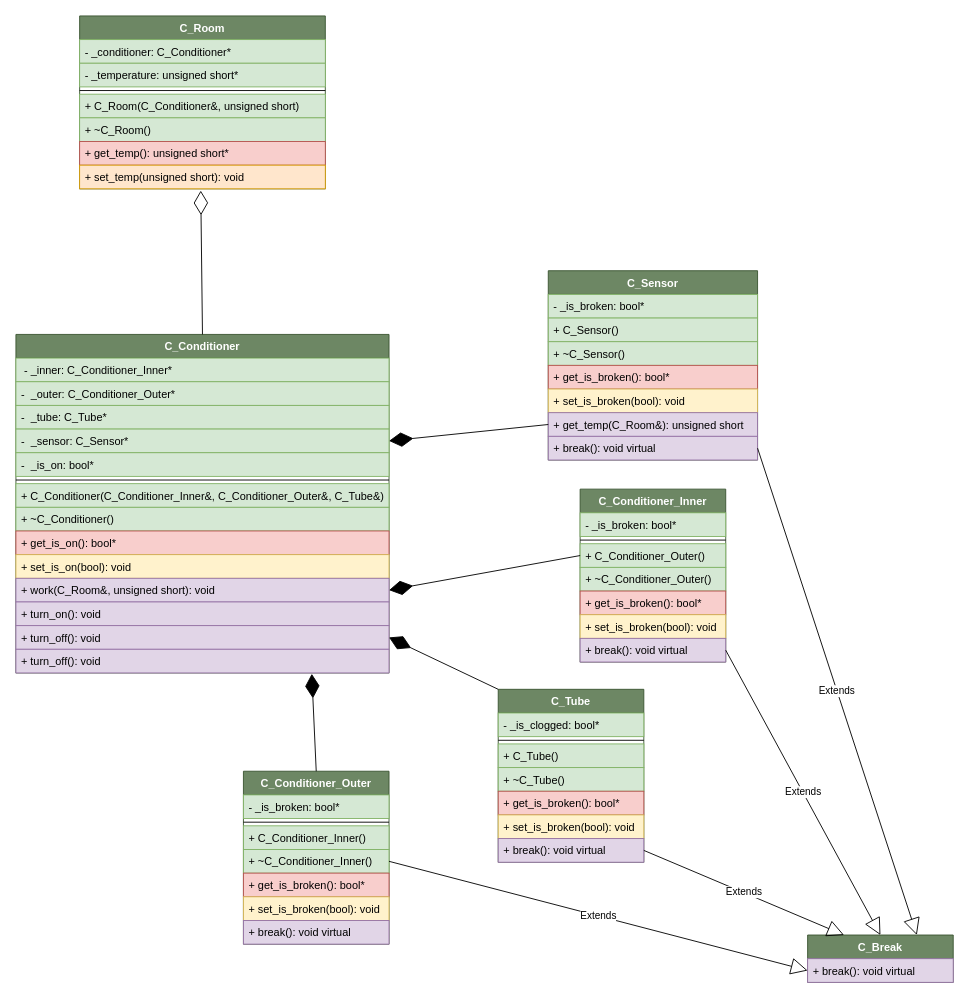
Earlier version of the draw.io diagram Exam_Classes.drawio (IgorIgnatiev/Drawio). Source tidied: cells renumbered, new cells numbered last; positions are measured from the earlier drawing's top-left corner, leaving out a move shared by most shapes. Both pictures are drawn from the tidied source at 91%, with x=0, y=0 at pixel (15, 15).
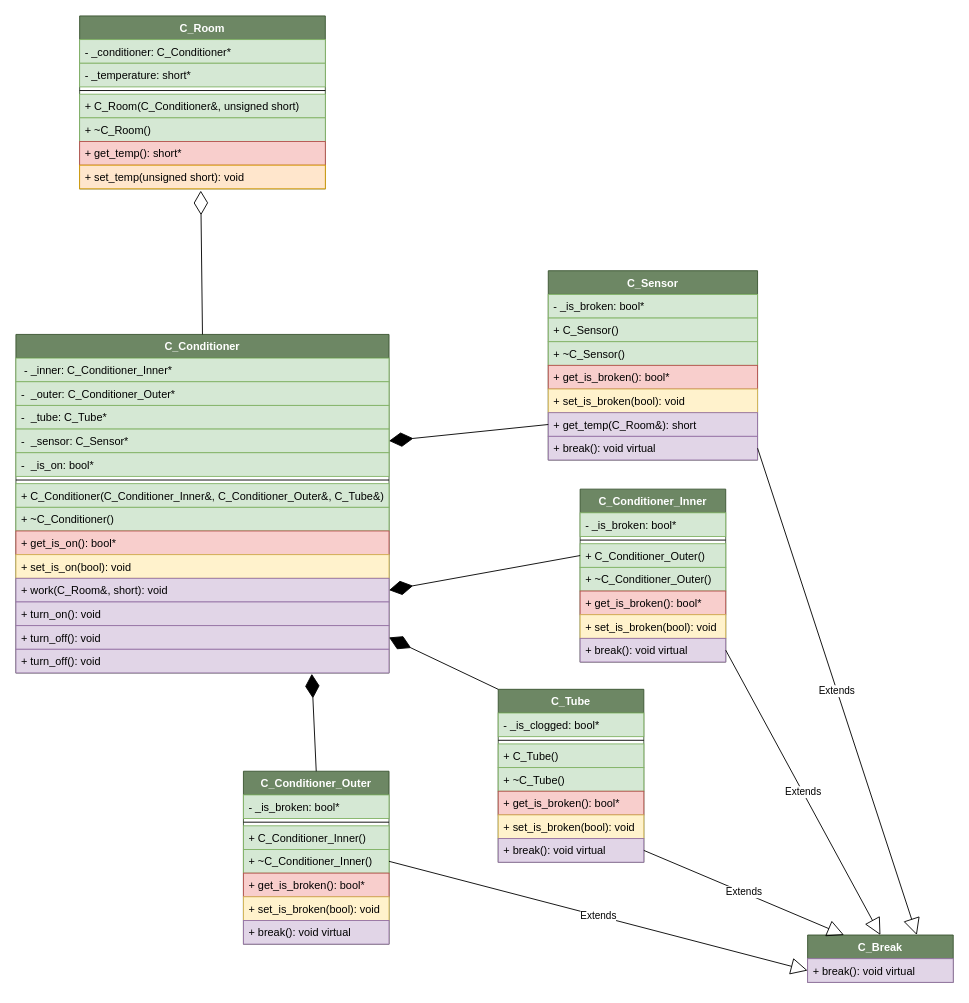
After the change.

The change refers to these unchanged cells:
```xml
<mxCell id="2" value="C_Sensor" style="swimlane;fontStyle=1;align=center;verticalAlign=top;horizontal=1;startSize=26;fillColor=#6d8764;strokeColor=#3A5431;fontColor=#ffffff;" parent="1" vertex="1">
  <mxGeometry x="585" y="280" width="230" height="208" as="geometry" />
</mxCell>
<mxCell id="18" value="C_Room" style="swimlane;fontStyle=1;align=center;verticalAlign=top;horizontal=1;startSize=26;fillColor=#6d8764;strokeColor=#3A5431;fontColor=#ffffff;" parent="1" vertex="1">
  <mxGeometry x="70" width="270" height="190" as="geometry" />
</mxCell>
<mxCell id="42" value="C_Conditioner" style="swimlane;fontStyle=1;align=center;verticalAlign=top;horizontal=1;startSize=26;fillColor=#6d8764;strokeColor=#3A5431;fontColor=#ffffff;" parent="1" vertex="1">
  <mxGeometry y="350" width="410" height="372" as="geometry" />
</mxCell>
```

The edit, as a diff of the source:
```diff
@@
-    <mxCell id="8" value="+ get_temp(C_Room&amp;): unsigned short" style="text;strokeColor=#9673a6;fillColor=#e1d5e7;align=left;verticalAlign=top;spacingLeft=4;spacingRight=4;overflow=hidden;points=[[0,0.5],[1,0.5]];portConstraint=eastwest;" parent="2" vertex="1">
+    <mxCell id="8" value="+ get_temp(C_Room&amp;): short" style="text;strokeColor=#9673a6;fillColor=#e1d5e7;align=left;verticalAlign=top;spacingLeft=4;spacingRight=4;overflow=hidden;points=[[0,0.5],[1,0.5]];portConstraint=eastwest;" parent="2" vertex="1">
       <mxGeometry y="156" width="230" height="26" as="geometry" />
     </mxCell>
@@
-    <mxCell id="20" value="- _temperature: unsigned short*" style="text;strokeColor=#82b366;fillColor=#d5e8d4;align=left;verticalAlign=top;spacingLeft=4;spacingRight=4;overflow=hidden;" parent="18" vertex="1">
+    <mxCell id="20" value="- _temperature: short*" style="text;strokeColor=#82b366;fillColor=#d5e8d4;align=left;verticalAlign=top;spacingLeft=4;spacingRight=4;overflow=hidden;" parent="18" vertex="1">
       <mxGeometry y="52" width="270" height="26" as="geometry" />
     </mxCell>
@@
-    <mxCell id="24" value="+ get_temp(): unsigned short*" style="text;strokeColor=#b85450;fillColor=#f8cecc;align=left;verticalAlign=top;spacingLeft=4;spacingRight=4;overflow=hidden;" parent="18" vertex="1">
+    <mxCell id="24" value="+ get_temp(): short*" style="text;strokeColor=#b85450;fillColor=#f8cecc;align=left;verticalAlign=top;spacingLeft=4;spacingRight=4;overflow=hidden;" parent="18" vertex="1">
       <mxGeometry y="138" width="270" height="26" as="geometry" />
     </mxCell>
@@
-    <mxCell id="53" value="+ work(C_Room&amp;, unsigned short): void" style="text;strokeColor=#9673a6;fillColor=#e1d5e7;align=left;verticalAlign=top;spacingLeft=4;spacingRight=4;overflow=hidden;points=[[0,0.5],[1,0.5]];portConstraint=eastwest;" parent="42" vertex="1">
+    <mxCell id="53" value="+ work(C_Room&amp;, short): void" style="text;strokeColor=#9673a6;fillColor=#e1d5e7;align=left;verticalAlign=top;spacingLeft=4;spacingRight=4;overflow=hidden;points=[[0,0.5],[1,0.5]];portConstraint=eastwest;" parent="42" vertex="1">
       <mxGeometry y="268" width="410" height="26" as="geometry" />
     </mxCell>
```
